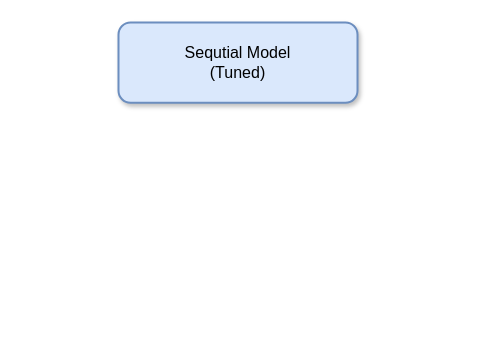
Before: PPR_main.drawio in BAWWH/zhanshi, a draw.io diagram. Source tidied: cells renumbered, new cells numbered last; positions are measured from the earlier drawing's top-left corner, leaving out a move shared by most shapes. Both pictures are drawn from the tidied source at 100%, with x=0, y=0 at pixel (118, 22).
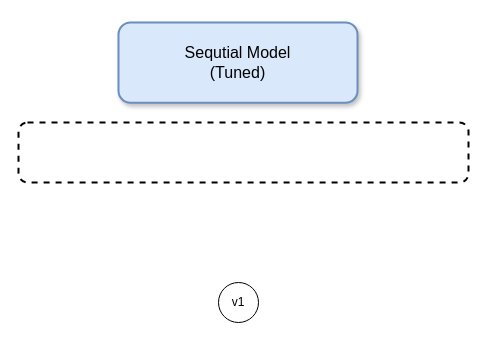
The same diagram, later.

Diff of the diagram source:
```diff
@@
 <mxGraphModel>
   <root>
     <mxCell id="0" />
     <mxCell id="1" parent="0" />
     <mxCell id="2" value="Sequtial Model&lt;br&gt;(Tuned)" style="rounded=1;whiteSpace=wrap;html=1;fontSize=16;strokeWidth=2;fillColor=#dae8fc;align=center;strokeColor=#6c8ebf;shadow=1;" parent="1" vertex="1">
       <mxGeometry width="239" height="80.2" as="geometry" />
     </mxCell>
+    <mxCell id="3" style="rounded=1;whiteSpace=wrap;html=1;fontSize=16;fontColor=#000000;strokeWidth=2;fillColor=none;align=center;strokeColor=#000000;shadow=0;dashed=1;" parent="1" vertex="1">
+      <mxGeometry x="-100" y="100" width="450" height="60" as="geometry" />
+    </mxCell>
+    <mxCell id="4" value="v1" style="ellipse;whiteSpace=wrap;html=1;" parent="1" vertex="1">
+      <mxGeometry x="100" y="260" width="40" height="40" as="geometry" />
+    </mxCell>
   </root>
 </mxGraphModel>
```
